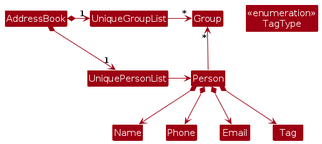
Above: diagrams/BetterModelClassDiagram.png in Ragnapop/tp (PlantUML), before the change. Its source is kept beside it as diagrams/BetterModelClassDiagram.puml.
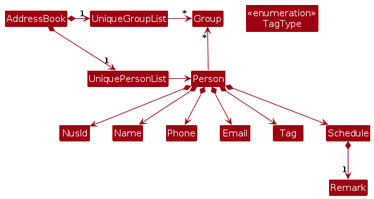
Above is the later version.

The edit, as a diff of the source:
```diff
@@ -16,8 +16,11 @@
 
 Person -up-> "*" Group
 
+Person *--> NusId
 Person *--> Name
 Person *--> Phone
 Person *--> Email
 Person *--> Tag
+Person *--> Schedule
+Schedule *--> "1" Remark
 @enduml
```
